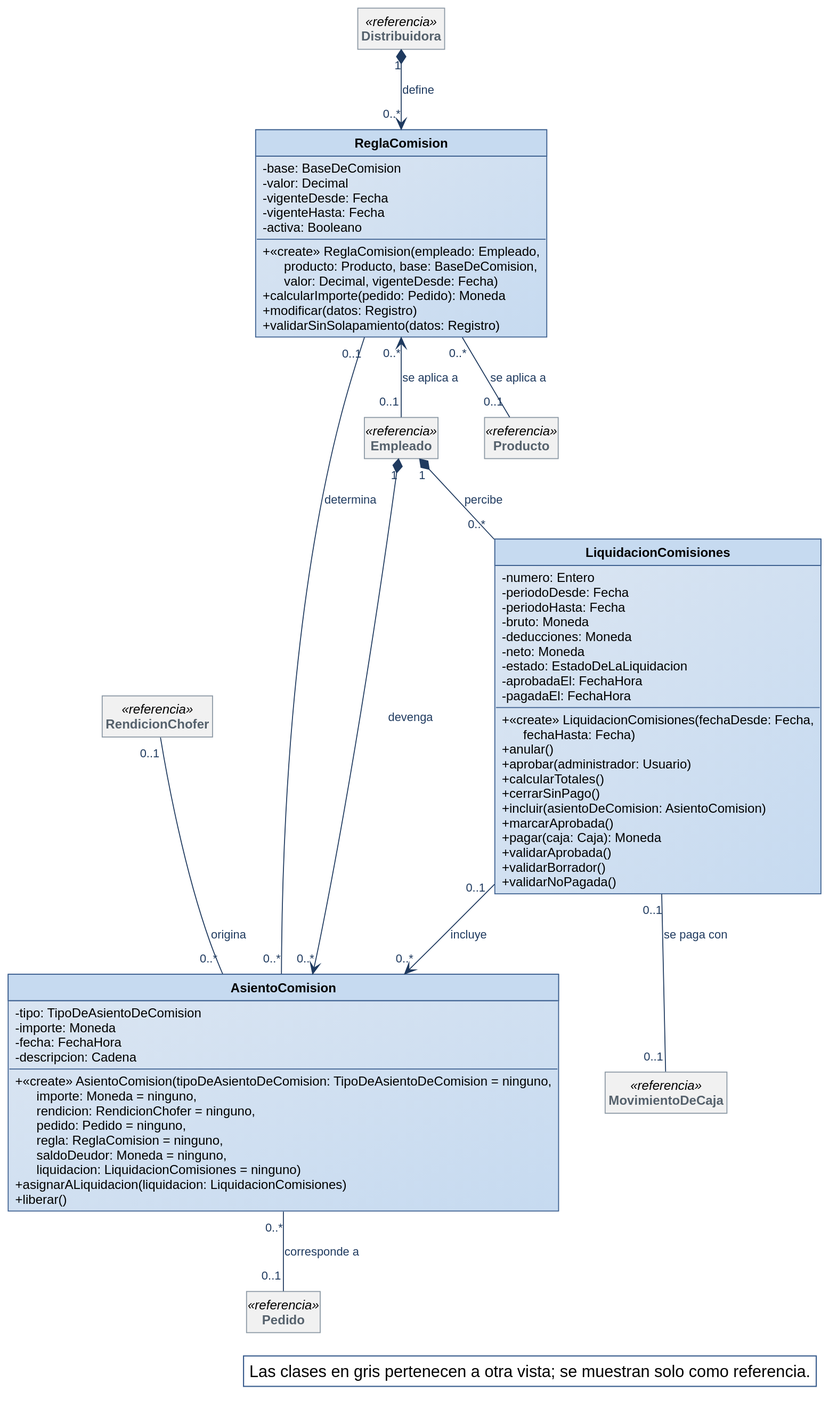
Above: diagramas/clases-diseno/DC_Comisiones.svg in Nahuelito-Dev/splg-docs (PlantUML), before the change. Its diagram source:
```plantuml
@startuml
!include ../estilo-vp.iuml
skinparam nodesep 40
skinparam ranksep 55
skinparam genericDisplay old
skinparam class<<referencia>> {
  BackgroundColor #F1F1F1
  BorderColor #8A97A3
  FontColor #55616C
}
skinparam class<<fachada>> {
  HeaderBackgroundColor #B7CDE8
}
skinparam class<<controlador>> {
  HeaderBackgroundColor #B7CDE8
}
skinparam class<<fabricación pura>> {
  HeaderBackgroundColor #E4ECF6
}
skinparam class<<colección>> {
  HeaderBackgroundColor #E6E6E6
}
skinparam class<<adaptador>> {
  HeaderBackgroundColor #D5E3F3
}
skinparam packageStyle rectangle
hide circle
hide empty members

class ReglaComision {
  - base: BaseDeComision
  - valor: Decimal
  - vigenteDesde: Fecha
  - vigenteHasta: Fecha
  - activa: Booleano
  + «create» ReglaComision(empleado: Empleado,\n      producto: Producto, base: BaseDeComision,\n      valor: Decimal, vigenteDesde: Fecha)
  + calcularImporte(pedido: Pedido): Moneda
  + modificar(datos: Registro)
  + validarSinSolapamiento(datos: Registro)
}
class AsientoComision {
  - tipo: TipoDeAsientoDeComision
  - importe: Moneda
  - fecha: FechaHora
  - descripcion: Cadena
  + «create» AsientoComision(tipoDeAsientoDeComision: TipoDeAsientoDeComision = ninguno,\n      importe: Moneda = ninguno,\n      rendicion: RendicionChofer = ninguno,\n      pedido: Pedido = ninguno,\n      regla: ReglaComision = ninguno,\n      saldoDeudor: Moneda = ninguno,\n      liquidacion: LiquidacionComisiones = ninguno)
  + asignarALiquidacion(liquidacion: LiquidacionComisiones)
  + liberar()
}
class LiquidacionComisiones {
  - numero: Entero
  - periodoDesde: Fecha
  - periodoHasta: Fecha
  - bruto: Moneda
  - deducciones: Moneda
  - neto: Moneda
  - estado: EstadoDeLaLiquidacion
  - aprobadaEl: FechaHora
  - pagadaEl: FechaHora
  + «create» LiquidacionComisiones(fechaDesde: Fecha,\n      fechaHasta: Fecha)
  + anular()
  + aprobar(administrador: Usuario)
  + calcularTotales()
  + cerrarSinPago()
  + incluir(asientoDeComision: AsientoComision)
  + marcarAprobada()
  + pagar(caja: Caja): Moneda
  + validarAprobada()
  + validarBorrador()
  + validarNoPagada()
}
class Empleado <<referencia>>
class Producto <<referencia>>
class Pedido <<referencia>>
class MovimientoDeCaja <<referencia>>
class Distribuidora <<referencia>>
class RendicionChofer <<referencia>>

Distribuidora "1" *--> "0..*" ReglaComision : define
ReglaComision "0..*" <-- "0..1" Empleado : se aplica a
ReglaComision "0..*" -- "0..1" Producto : se aplica a
Empleado "1" *--> "0..*" AsientoComision : devenga
Empleado "1" *-- "0..*" LiquidacionComisiones : percibe
AsientoComision "0..*" -- "0..1" Pedido : corresponde a
ReglaComision "0..1" -- "0..*" AsientoComision : determina
LiquidacionComisiones "0..1" --> "0..*" AsientoComision : incluye
RendicionChofer "0..1" -- "0..*" AsientoComision : origina
LiquidacionComisiones "0..1" -- "0..1" MovimientoDeCaja : se paga con

legend bottom right
  Las clases en gris pertenecen a otra vista; se muestran solo como referencia.
endlegend
@enduml
```
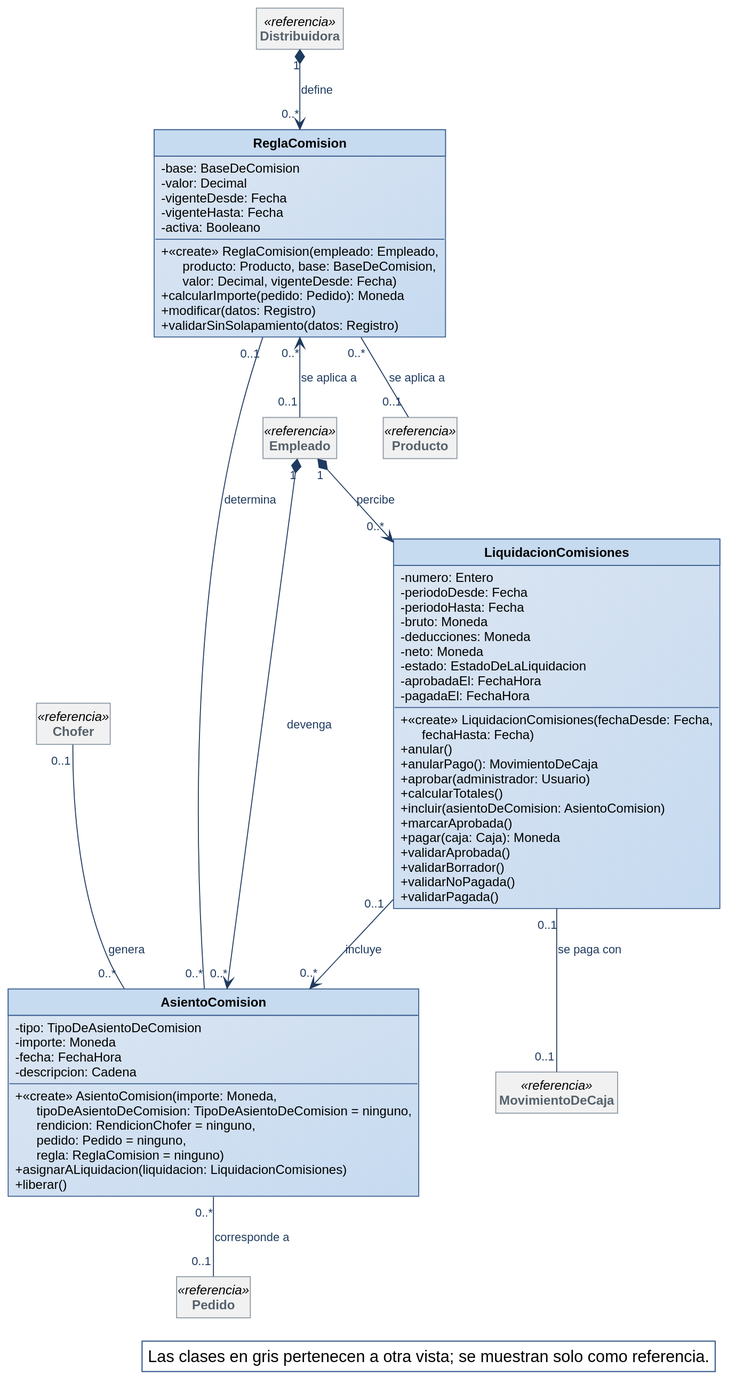
After the commit.

Diff of the diagram source:
```diff
@@ -43,7 +43,7 @@
   - importe: Moneda
   - fecha: FechaHora
   - descripcion: Cadena
-  + «create» AsientoComision(tipoDeAsientoDeComision: TipoDeAsientoDeComision = ninguno,\n      importe: Moneda = ninguno,\n      rendicion: RendicionChofer = ninguno,\n      pedido: Pedido = ninguno,\n      regla: ReglaComision = ninguno,\n      saldoDeudor: Moneda = ninguno,\n      liquidacion: LiquidacionComisiones = ninguno)
+  + «create» AsientoComision(importe: Moneda,\n      tipoDeAsientoDeComision: TipoDeAsientoDeComision = ninguno,\n      rendicion: RendicionChofer = ninguno,\n      pedido: Pedido = ninguno,\n      regla: ReglaComision = ninguno)
   + asignarALiquidacion(liquidacion: LiquidacionComisiones)
   + liberar()
 }
@@ -59,32 +59,33 @@
   - pagadaEl: FechaHora
   + «create» LiquidacionComisiones(fechaDesde: Fecha,\n      fechaHasta: Fecha)
   + anular()
+  + anularPago(): MovimientoDeCaja
   + aprobar(administrador: Usuario)
   + calcularTotales()
-  + cerrarSinPago()
   + incluir(asientoDeComision: AsientoComision)
   + marcarAprobada()
   + pagar(caja: Caja): Moneda
   + validarAprobada()
   + validarBorrador()
   + validarNoPagada()
+  + validarPagada()
 }
 class Empleado <<referencia>>
+class Chofer <<referencia>>
 class Producto <<referencia>>
 class Pedido <<referencia>>
 class MovimientoDeCaja <<referencia>>
 class Distribuidora <<referencia>>
-class RendicionChofer <<referencia>>
 
 Distribuidora "1" *--> "0..*" ReglaComision : define
 ReglaComision "0..*" <-- "0..1" Empleado : se aplica a
 ReglaComision "0..*" -- "0..1" Producto : se aplica a
 Empleado "1" *--> "0..*" AsientoComision : devenga
-Empleado "1" *-- "0..*" LiquidacionComisiones : percibe
+Empleado "1" *--> "0..*" LiquidacionComisiones : percibe
 AsientoComision "0..*" -- "0..1" Pedido : corresponde a
 ReglaComision "0..1" -- "0..*" AsientoComision : determina
 LiquidacionComisiones "0..1" --> "0..*" AsientoComision : incluye
-RendicionChofer "0..1" -- "0..*" AsientoComision : origina
+Chofer "0..1" -- "0..*" AsientoComision : genera
 LiquidacionComisiones "0..1" -- "0..1" MovimientoDeCaja : se paga con
 
 legend bottom right
```
